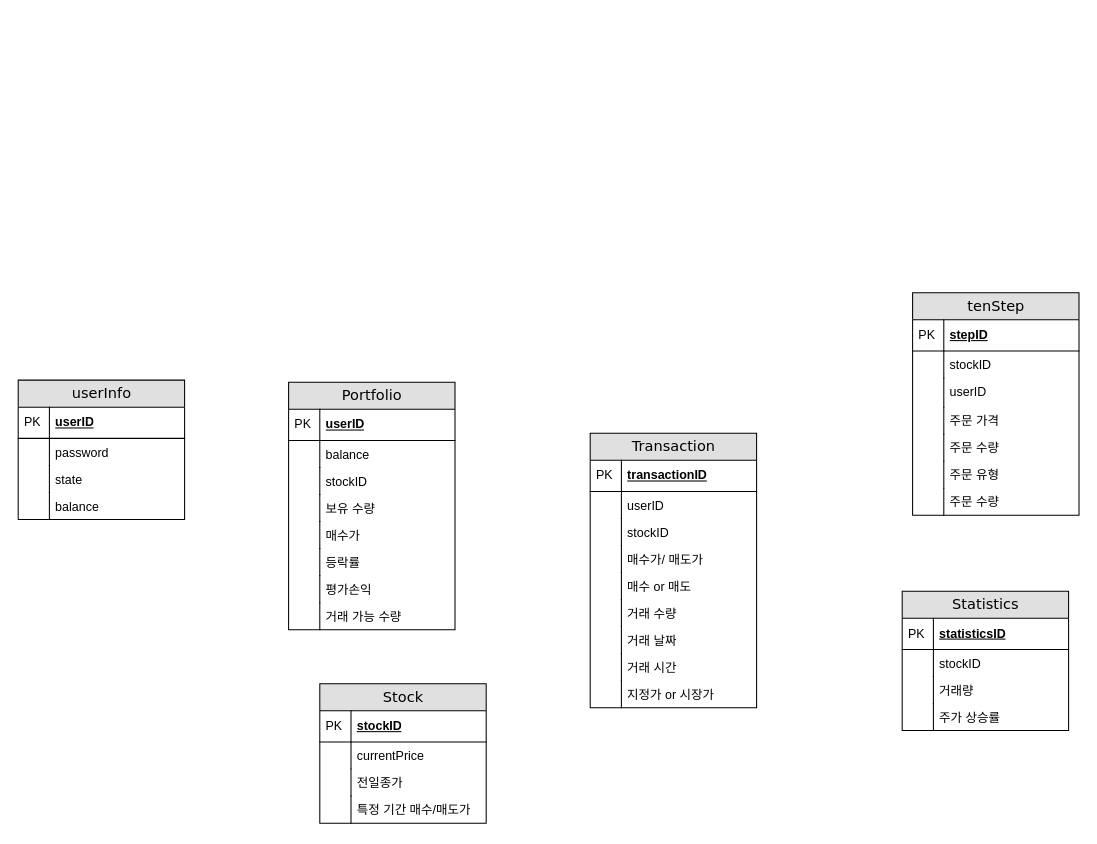
juri1135/DBMS_2024 keeps this draw.io diagram as 제목 없는 다이어그램.drawio. Above is the earlier version. Source tidied: cells renumbered, new cells numbered last; positions are measured from the earlier drawing's top-left corner, leaving out a move shared by most shapes. Both pictures are drawn from the tidied source at 104%, with x=0, y=0 at pixel (18, 292).
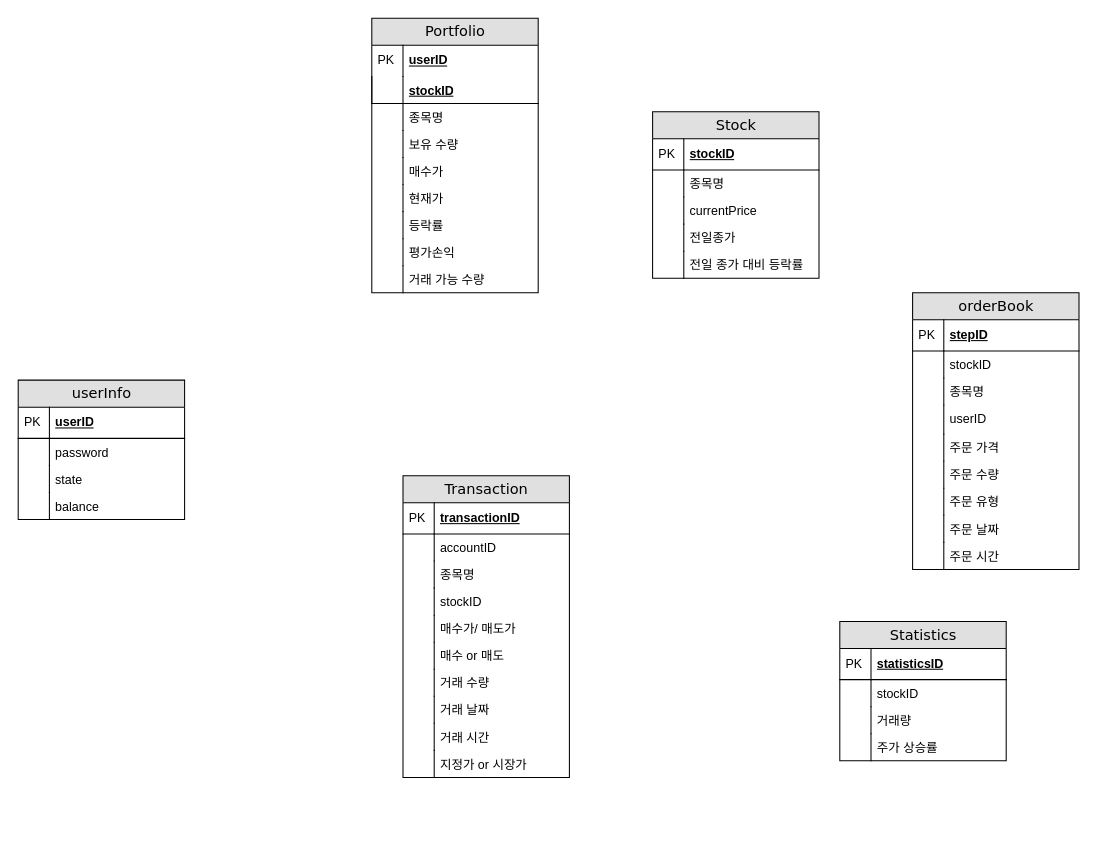
The same diagram, later.

Commit message:
제목 없는 다이어그램.drawio 업데이트

Unchanged cells that the change refers to:
```xml
<mxCell id="78" value="balance" style="shape=partialRectangle;top=0;left=0;right=0;bottom=0;html=1;align=left;verticalAlign=top;fillColor=none;spacingLeft=34;spacingRight=4;whiteSpace=wrap;overflow=hidden;" parent="71" vertex="1">
  <mxGeometry y="108" width="160" height="26" as="geometry" />
</mxCell>
```

Change to the diagram source:
```diff
@@
     <mxCell id="2" value="Portfolio" style="swimlane;html=1;fontStyle=0;horizontal=1;startSize=26;fillColor=#e0e0e0;swimlaneFillColor=#ffffff;align=center;rounded=0;shadow=0;comic=0;labelBackgroundColor=none;strokeWidth=1;fontFamily=Verdana;fontSize=14;" parent="1" vertex="1">
-      <mxGeometry x="260" y="86" width="160" height="238" as="geometry" />
+      <mxGeometry x="340" y="-264" width="160" height="264" as="geometry" />
     </mxCell>
-    <mxCell id="3" value="userID" style="shape=partialRectangle;top=0;left=0;right=0;bottom=1;html=1;align=left;verticalAlign=middle;fillColor=none;spacingLeft=34;spacingRight=4;whiteSpace=wrap;overflow=hidden;fontStyle=5;" parent="2" vertex="1">
+    <mxCell id="3" value="userID" style="shape=partialRectangle;top=0;left=0;right=0;bottom=0;html=1;align=left;verticalAlign=middle;fillColor=none;spacingLeft=34;spacingRight=4;whiteSpace=wrap;overflow=hidden;fontStyle=5;" parent="2" vertex="1">
       <mxGeometry y="26" width="160" height="30" as="geometry" />
     </mxCell>
@@
+    <mxCell id="7" value="&lt;span style=&quot;font-weight: 700; text-decoration-line: underline;&quot;&gt;stockID&lt;/span&gt;" style="shape=partialRectangle;top=0;left=1;right=0;bottom=1;html=1;align=left;verticalAlign=top;fillColor=none;spacingLeft=34;spacingRight=4;whiteSpace=wrap;overflow=hidden;" parent="2" vertex="1">
+      <mxGeometry y="56" width="160" height="26" as="geometry" />
+    </mxCell>
+    <mxCell id="8" style="shape=partialRectangle;top=0;left=0;bottom=0;html=1;fillColor=none;align=left;verticalAlign=top;spacingLeft=4;spacingRight=4;whiteSpace=wrap;overflow=hidden;" parent="7" vertex="1">
+      <mxGeometry width="30" height="26" as="geometry" />
+    </mxCell>
-    <mxCell id="5" value="balance" style="shape=partialRectangle;top=0;left=0;right=0;bottom=0;html=1;align=left;verticalAlign=top;fillColor=none;spacingLeft=34;spacingRight=4;whiteSpace=wrap;overflow=hidden;" parent="2" vertex="1">
-      <mxGeometry y="56" width="160" height="26" as="geometry" />
+    <mxCell id="5" value="종목명" style="shape=partialRectangle;top=0;left=0;right=0;bottom=0;html=1;align=left;verticalAlign=top;fillColor=none;spacingLeft=34;spacingRight=4;whiteSpace=wrap;overflow=hidden;" parent="2" vertex="1">
+      <mxGeometry y="82" width="160" height="26" as="geometry" />
     </mxCell>
@@
-    <mxCell id="7" value="stockID" style="shape=partialRectangle;top=0;left=0;right=0;bottom=0;html=1;align=left;verticalAlign=top;fillColor=none;spacingLeft=34;spacingRight=4;whiteSpace=wrap;overflow=hidden;" parent="2" vertex="1">
-      <mxGeometry y="82" width="160" height="26" as="geometry" />
-    </mxCell>
-    <mxCell id="8" style="shape=partialRectangle;top=0;left=0;bottom=0;html=1;fillColor=none;align=left;verticalAlign=top;spacingLeft=4;spacingRight=4;whiteSpace=wrap;overflow=hidden;" parent="7" vertex="1">
-      <mxGeometry width="30" height="26" as="geometry" />
-    </mxCell>
@@
+    <mxCell id="80" value="현재가" style="shape=partialRectangle;top=0;left=0;right=0;bottom=0;html=1;align=left;verticalAlign=top;fillColor=none;spacingLeft=34;spacingRight=4;whiteSpace=wrap;overflow=hidden;" parent="2" vertex="1">
+      <mxGeometry y="160" width="160" height="26" as="geometry" />
+    </mxCell>
+    <mxCell id="81" style="shape=partialRectangle;top=0;left=0;bottom=0;html=1;fillColor=none;align=left;verticalAlign=top;spacingLeft=4;spacingRight=4;whiteSpace=wrap;overflow=hidden;" parent="80" vertex="1">
+      <mxGeometry width="30" height="26" as="geometry" />
+    </mxCell>
     <mxCell id="13" value="등락률" style="shape=partialRectangle;top=0;left=0;right=0;bottom=0;html=1;align=left;verticalAlign=top;fillColor=none;spacingLeft=34;spacingRight=4;whiteSpace=wrap;overflow=hidden;" parent="2" vertex="1">
-      <mxGeometry y="160" width="160" height="26" as="geometry" />
+      <mxGeometry y="186" width="160" height="26" as="geometry" />
     </mxCell>
@@
     <mxCell id="15" value="평가손익" style="shape=partialRectangle;top=0;left=0;right=0;bottom=0;html=1;align=left;verticalAlign=top;fillColor=none;spacingLeft=34;spacingRight=4;whiteSpace=wrap;overflow=hidden;" parent="2" vertex="1">
-      <mxGeometry y="186" width="160" height="26" as="geometry" />
+      <mxGeometry y="212" width="160" height="26" as="geometry" />
     </mxCell>
@@
     <mxCell id="17" value="거래 가능 수량" style="shape=partialRectangle;top=0;left=0;right=0;bottom=0;html=1;align=left;verticalAlign=top;fillColor=none;spacingLeft=34;spacingRight=4;whiteSpace=wrap;overflow=hidden;" parent="2" vertex="1">
-      <mxGeometry y="212" width="160" height="26" as="geometry" />
+      <mxGeometry y="238" width="160" height="26" as="geometry" />
     </mxCell>
@@
     <mxCell id="19" value="Transaction" style="swimlane;html=1;fontStyle=0;horizontal=1;startSize=26;fillColor=#e0e0e0;swimlaneFillColor=#ffffff;align=center;rounded=0;shadow=0;comic=0;labelBackgroundColor=none;strokeWidth=1;fontFamily=Verdana;fontSize=14;" parent="1" vertex="1">
-      <mxGeometry x="550" y="135" width="160" height="264" as="geometry" />
+      <mxGeometry x="370" y="176" width="160" height="290" as="geometry" />
     </mxCell>
@@
-    <mxCell id="22" value="userID" style="shape=partialRectangle;top=0;left=0;right=0;bottom=0;html=1;align=left;verticalAlign=top;fillColor=none;spacingLeft=34;spacingRight=4;whiteSpace=wrap;overflow=hidden;" parent="19" vertex="1">
+    <mxCell id="22" value="accountID" style="shape=partialRectangle;top=0;left=0;right=0;bottom=0;html=1;align=left;verticalAlign=top;fillColor=none;spacingLeft=34;spacingRight=4;whiteSpace=wrap;overflow=hidden;" parent="19" vertex="1">
       <mxGeometry y="56" width="160" height="26" as="geometry" />
     </mxCell>
@@
+    <mxCell id="82" value="종목명" style="shape=partialRectangle;top=0;left=0;right=0;bottom=0;html=1;align=left;verticalAlign=top;fillColor=none;spacingLeft=34;spacingRight=4;whiteSpace=wrap;overflow=hidden;" parent="19" vertex="1">
+      <mxGeometry y="82" width="160" height="26" as="geometry" />
+    </mxCell>
+    <mxCell id="83" style="shape=partialRectangle;top=0;left=0;bottom=0;html=1;fillColor=none;align=left;verticalAlign=top;spacingLeft=4;spacingRight=4;whiteSpace=wrap;overflow=hidden;" parent="82" vertex="1">
+      <mxGeometry width="30" height="26" as="geometry" />
+    </mxCell>
     <mxCell id="24" value="stockID" style="shape=partialRectangle;top=0;left=0;right=0;bottom=0;html=1;align=left;verticalAlign=top;fillColor=none;spacingLeft=34;spacingRight=4;whiteSpace=wrap;overflow=hidden;" parent="19" vertex="1">
-      <mxGeometry y="82" width="160" height="26" as="geometry" />
+      <mxGeometry y="108" width="160" height="26" as="geometry" />
     </mxCell>
@@
     <mxCell id="26" value="매수가/ 매도가" style="shape=partialRectangle;top=0;left=0;right=0;bottom=0;html=1;align=left;verticalAlign=top;fillColor=none;spacingLeft=34;spacingRight=4;whiteSpace=wrap;overflow=hidden;" parent="19" vertex="1">
-      <mxGeometry y="108" width="160" height="26" as="geometry" />
+      <mxGeometry y="134" width="160" height="26" as="geometry" />
     </mxCell>
@@
     <mxCell id="28" value="매수 or 매도" style="shape=partialRectangle;top=0;left=0;right=0;bottom=0;html=1;align=left;verticalAlign=top;fillColor=none;spacingLeft=34;spacingRight=4;whiteSpace=wrap;overflow=hidden;" parent="19" vertex="1">
-      <mxGeometry y="134" width="160" height="26" as="geometry" />
+      <mxGeometry y="160" width="160" height="26" as="geometry" />
     </mxCell>
@@
     <mxCell id="30" value="거래 수량" style="shape=partialRectangle;top=0;left=0;right=0;bottom=0;html=1;align=left;verticalAlign=top;fillColor=none;spacingLeft=34;spacingRight=4;whiteSpace=wrap;overflow=hidden;" parent="19" vertex="1">
-      <mxGeometry y="160" width="160" height="26" as="geometry" />
+      <mxGeometry y="186" width="160" height="26" as="geometry" />
     </mxCell>
@@
     <mxCell id="32" value="거래 날짜" style="shape=partialRectangle;top=0;left=0;right=0;bottom=0;html=1;align=left;verticalAlign=top;fillColor=none;spacingLeft=34;spacingRight=4;whiteSpace=wrap;overflow=hidden;" parent="19" vertex="1">
-      <mxGeometry y="186" width="160" height="26" as="geometry" />
+      <mxGeometry y="212" width="160" height="26" as="geometry" />
     </mxCell>
@@
     <mxCell id="34" value="거래 시간" style="shape=partialRectangle;top=0;left=0;right=0;bottom=0;html=1;align=left;verticalAlign=top;fillColor=none;spacingLeft=34;spacingRight=4;whiteSpace=wrap;overflow=hidden;" parent="19" vertex="1">
-      <mxGeometry y="212" width="160" height="26" as="geometry" />
+      <mxGeometry y="238" width="160" height="26" as="geometry" />
     </mxCell>
@@
     <mxCell id="36" value="지정가 or 시장가" style="shape=partialRectangle;top=0;left=0;right=0;bottom=0;html=1;align=left;verticalAlign=top;fillColor=none;spacingLeft=34;spacingRight=4;whiteSpace=wrap;overflow=hidden;" parent="19" vertex="1">
-      <mxGeometry y="238" width="160" height="26" as="geometry" />
+      <mxGeometry y="264" width="160" height="26" as="geometry" />
     </mxCell>
@@
-    <mxCell id="38" value="tenStep" style="swimlane;html=1;fontStyle=0;horizontal=1;startSize=26;fillColor=#e0e0e0;swimlaneFillColor=#ffffff;align=center;rounded=0;shadow=0;comic=0;labelBackgroundColor=none;strokeWidth=1;fontFamily=Verdana;fontSize=14;" parent="1" vertex="1">
-      <mxGeometry x="860" width="160" height="214" as="geometry" />
+    <mxCell id="38" value="orderBook" style="swimlane;html=1;fontStyle=0;horizontal=1;startSize=26;fillColor=#e0e0e0;swimlaneFillColor=#ffffff;align=center;rounded=0;shadow=0;comic=0;labelBackgroundColor=none;strokeWidth=1;fontFamily=Verdana;fontSize=14;" parent="1" vertex="1">
+      <mxGeometry x="860" width="160" height="266" as="geometry" />
     </mxCell>
@@
+    <mxCell id="84" value="종목명" style="shape=partialRectangle;top=0;left=0;right=0;bottom=0;html=1;align=left;verticalAlign=top;fillColor=none;spacingLeft=34;spacingRight=4;whiteSpace=wrap;overflow=hidden;" parent="38" vertex="1">
+      <mxGeometry y="82" width="160" height="26" as="geometry" />
+    </mxCell>
+    <mxCell id="85" style="shape=partialRectangle;top=0;left=0;bottom=0;html=1;fillColor=none;align=left;verticalAlign=top;spacingLeft=4;spacingRight=4;whiteSpace=wrap;overflow=hidden;" parent="84" vertex="1">
+      <mxGeometry width="30" height="26" as="geometry" />
+    </mxCell>
     <mxCell id="43" value="userID" style="shape=partialRectangle;top=0;left=0;right=0;bottom=0;html=1;align=left;verticalAlign=top;fillColor=none;spacingLeft=34;spacingRight=4;whiteSpace=wrap;overflow=hidden;" parent="38" vertex="1">
-      <mxGeometry y="82" width="160" height="28" as="geometry" />
+      <mxGeometry y="108" width="160" height="28" as="geometry" />
     </mxCell>
@@
     <mxCell id="45" value="주문 가격" style="shape=partialRectangle;top=0;left=0;right=0;bottom=0;html=1;align=left;verticalAlign=top;fillColor=none;spacingLeft=34;spacingRight=4;whiteSpace=wrap;overflow=hidden;" parent="38" vertex="1">
-      <mxGeometry y="110" width="160" height="26" as="geometry" />
+      <mxGeometry y="136" width="160" height="26" as="geometry" />
     </mxCell>
@@
     <mxCell id="47" value="주문 수량" style="shape=partialRectangle;top=0;left=0;right=0;bottom=0;html=1;align=left;verticalAlign=top;fillColor=none;spacingLeft=34;spacingRight=4;whiteSpace=wrap;overflow=hidden;" parent="38" vertex="1">
-      <mxGeometry y="136" width="160" height="26" as="geometry" />
+      <mxGeometry y="162" width="160" height="26" as="geometry" />
     </mxCell>
@@
+    <mxCell id="86" value="주문 유형" style="shape=partialRectangle;top=0;left=0;right=0;bottom=0;html=1;align=left;verticalAlign=top;fillColor=none;spacingLeft=34;spacingRight=4;whiteSpace=wrap;overflow=hidden;" parent="38" vertex="1">
+      <mxGeometry y="188" width="160" height="26" as="geometry" />
+    </mxCell>
+    <mxCell id="87" style="shape=partialRectangle;top=0;left=0;bottom=0;html=1;fillColor=none;align=left;verticalAlign=top;spacingLeft=4;spacingRight=4;whiteSpace=wrap;overflow=hidden;" parent="86" vertex="1">
+      <mxGeometry width="30" height="26" as="geometry" />
+    </mxCell>
-    <mxCell id="49" value="주문 유형" style="shape=partialRectangle;top=0;left=0;right=0;bottom=0;html=1;align=left;verticalAlign=top;fillColor=none;spacingLeft=34;spacingRight=4;whiteSpace=wrap;overflow=hidden;" parent="38" vertex="1">
-      <mxGeometry y="162" width="160" height="26" as="geometry" />
+    <mxCell id="49" value="주문 날짜" style="shape=partialRectangle;top=0;left=0;right=0;bottom=0;html=1;align=left;verticalAlign=top;fillColor=none;spacingLeft=34;spacingRight=4;whiteSpace=wrap;overflow=hidden;" parent="38" vertex="1">
+      <mxGeometry y="214" width="160" height="26" as="geometry" />
     </mxCell>
@@
-    <mxCell id="51" value="주문 수량" style="shape=partialRectangle;top=0;left=0;right=0;bottom=0;html=1;align=left;verticalAlign=top;fillColor=none;spacingLeft=34;spacingRight=4;whiteSpace=wrap;overflow=hidden;" parent="38" vertex="1">
-      <mxGeometry y="188" width="160" height="26" as="geometry" />
+    <mxCell id="51" value="주문 시간" style="shape=partialRectangle;top=0;left=0;right=0;bottom=0;html=1;align=left;verticalAlign=top;fillColor=none;spacingLeft=34;spacingRight=4;whiteSpace=wrap;overflow=hidden;" parent="38" vertex="1">
+      <mxGeometry y="240" width="160" height="26" as="geometry" />
     </mxCell>
@@
     <mxCell id="53" value="Stock" style="swimlane;html=1;fontStyle=0;horizontal=1;startSize=26;fillColor=#e0e0e0;swimlaneFillColor=#ffffff;align=center;rounded=0;shadow=0;comic=0;labelBackgroundColor=none;strokeWidth=1;fontFamily=Verdana;fontSize=14;" parent="1" vertex="1">
-      <mxGeometry x="290" y="376" width="160" height="134" as="geometry" />
+      <mxGeometry x="610" y="-174" width="160" height="160" as="geometry" />
     </mxCell>
@@
-    <mxCell id="56" value="currentPrice" style="shape=partialRectangle;top=0;left=0;right=0;bottom=0;html=1;align=left;verticalAlign=top;fillColor=none;spacingLeft=34;spacingRight=4;whiteSpace=wrap;overflow=hidden;" parent="53" vertex="1">
+    <mxCell id="56" value="종목명" style="shape=partialRectangle;top=0;left=0;right=0;bottom=0;html=1;align=left;verticalAlign=top;fillColor=none;spacingLeft=34;spacingRight=4;whiteSpace=wrap;overflow=hidden;" parent="53" vertex="1">
       <mxGeometry y="56" width="160" height="26" as="geometry" />
     </mxCell>
@@
+    <mxCell id="88" value="currentPrice" style="shape=partialRectangle;top=0;left=0;right=0;bottom=0;html=1;align=left;verticalAlign=top;fillColor=none;spacingLeft=34;spacingRight=4;whiteSpace=wrap;overflow=hidden;" parent="53" vertex="1">
+      <mxGeometry y="82" width="160" height="26" as="geometry" />
+    </mxCell>
+    <mxCell id="89" style="shape=partialRectangle;top=0;left=0;bottom=0;html=1;fillColor=none;align=left;verticalAlign=top;spacingLeft=4;spacingRight=4;whiteSpace=wrap;overflow=hidden;" parent="88" vertex="1">
+      <mxGeometry width="30" height="26" as="geometry" />
+    </mxCell>
     <mxCell id="58" value="전일종가" style="shape=partialRectangle;top=0;left=0;right=0;bottom=0;html=1;align=left;verticalAlign=top;fillColor=none;spacingLeft=34;spacingRight=4;whiteSpace=wrap;overflow=hidden;" parent="53" vertex="1">
-      <mxGeometry y="82" width="160" height="26" as="geometry" />
+      <mxGeometry y="108" width="160" height="26" as="geometry" />
     </mxCell>
@@
-    <mxCell id="60" value="특정 기간 매수/매도가" style="shape=partialRectangle;top=0;left=0;right=0;bottom=0;html=1;align=left;verticalAlign=top;fillColor=none;spacingLeft=34;spacingRight=4;whiteSpace=wrap;overflow=hidden;" parent="53" vertex="1">
-      <mxGeometry y="108" width="160" height="26" as="geometry" />
+    <mxCell id="60" value="전일 종가 대비 등락률" style="shape=partialRectangle;top=0;left=0;right=0;bottom=0;html=1;align=left;verticalAlign=top;fillColor=none;spacingLeft=34;spacingRight=4;whiteSpace=wrap;overflow=hidden;" parent="53" vertex="1">
+      <mxGeometry y="134" width="160" height="26" as="geometry" />
     </mxCell>
@@
     <mxCell id="62" value="Statistics" style="swimlane;html=1;fontStyle=0;horizontal=1;startSize=26;fillColor=#e0e0e0;swimlaneFillColor=#ffffff;align=center;rounded=0;shadow=0;comic=0;labelBackgroundColor=none;strokeWidth=1;fontFamily=Verdana;fontSize=14;" parent="1" vertex="1">
-      <mxGeometry x="850" y="287" width="160" height="134" as="geometry" />
+      <mxGeometry x="790" y="316" width="160" height="134" as="geometry" />
     </mxCell>
@@
-    <mxCell id="79" style="shape=partialRectangle;top=0;left=0;bottom=0;html=1;fillColor=none;align=left;verticalAlign=top;spacingLeft=4;spacingRight=4;whiteSpace=wrap;overflow=hidden;" parent="78" vertex="1">
-      <mxGeometry width="30" height="26" as="geometry" />
-    </mxCell>
+    <mxCell id="90" style="shape=partialRectangle;top=0;left=0;bottom=0;html=1;fillColor=none;align=left;verticalAlign=top;spacingLeft=4;spacingRight=4;whiteSpace=wrap;overflow=hidden;" parent="78" vertex="1">
+      <mxGeometry width="30" height="26" as="geometry" />
+    </mxCell>
```
